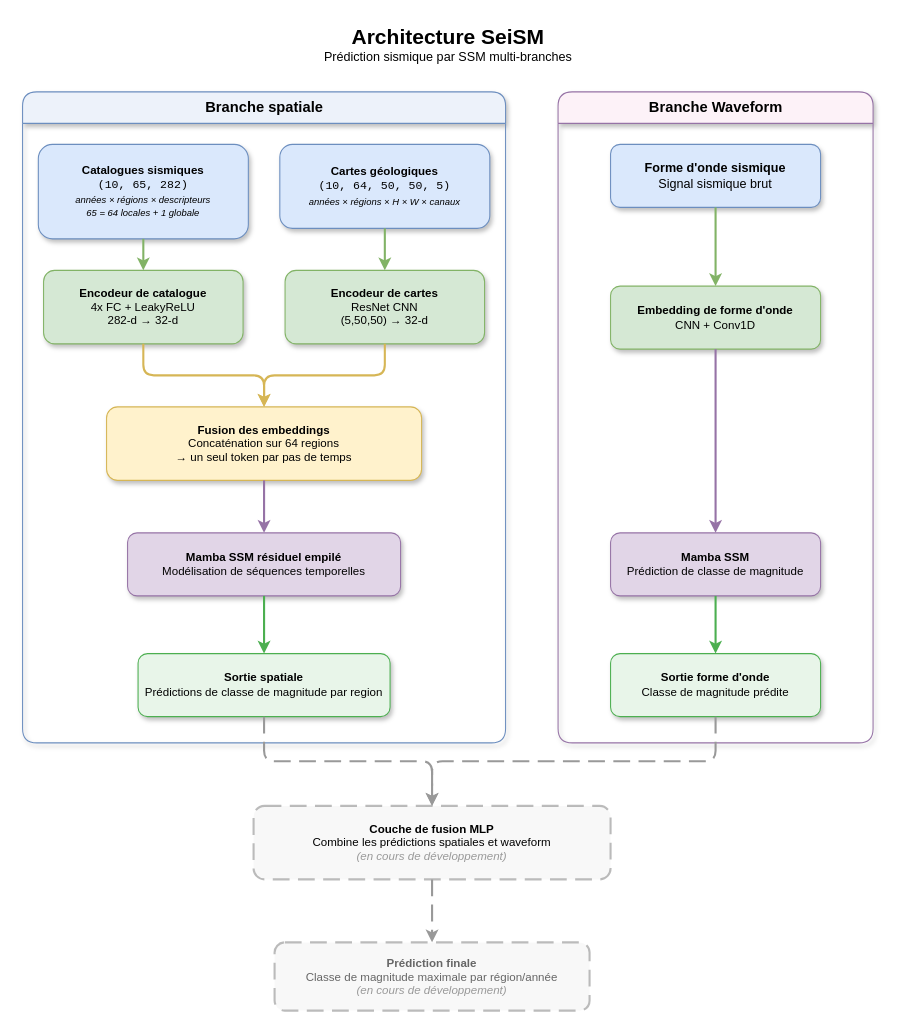
youssefbriki1/SeiSM keeps this draw.io diagram as seism_architecture.drawio. Above is the earlier version. Source tidied: cells renumbered, new cells numbered last; positions are measured from the earlier drawing's top-left corner, leaving out a move shared by most shapes. Both pictures are drawn from the tidied source at 105%, with x=0, y=0 at pixel (22, 18).
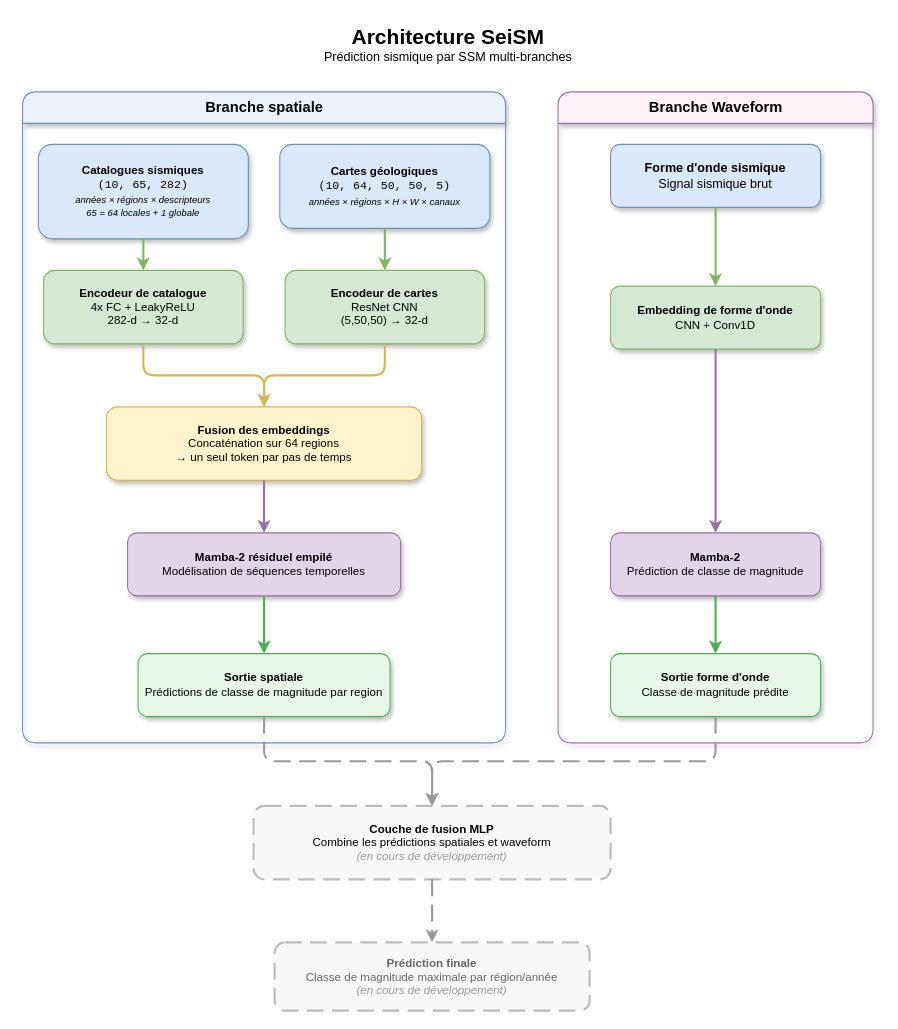
The same diagram, later.

The change refers to these unchanged cells:
```xml
<mxCell id="3" value="&lt;b&gt;Branche spatiale&lt;/b&gt;" style="swimlane;startSize=30;fillColor=#EDF2FA;strokeColor=#6c8ebf;html=1;fontSize=14;fontStyle=1;rounded=1;shadow=1;" parent="1" vertex="1">
  <mxGeometry y="70" width="460" height="620" as="geometry" />
</mxCell>
<mxCell id="17" value="&lt;b&gt;Branche Waveform&lt;/b&gt;" style="swimlane;startSize=30;fillColor=#FDF2F8;strokeColor=#9673a6;html=1;fontSize=14;fontStyle=1;rounded=1;shadow=1;" parent="1" vertex="1">
  <mxGeometry x="510" y="70" width="300" height="620" as="geometry" />
</mxCell>
```

The edit, as a diff of the source:
```diff
@@
-    <mxCell id="9" value="&lt;b&gt;Mamba SSM résiduel empilé&lt;/b&gt;&lt;br&gt;Modélisation de séquences temporelles" style="rounded=1;whiteSpace=wrap;html=1;fillColor=#e1d5e7;strokeColor=#9673a6;fontSize=11;shadow=1;" parent="3" vertex="1">
+    <mxCell id="9" value="&lt;b&gt;Mamba-2 résiduel empilé&lt;/b&gt;&lt;br&gt;Modélisation de séquences temporelles" style="rounded=1;whiteSpace=wrap;html=1;fillColor=#e1d5e7;strokeColor=#9673a6;fontSize=11;shadow=1;" parent="3" vertex="1">
       <mxGeometry x="100" y="420" width="260" height="60" as="geometry" />
     </mxCell>
@@
-    <mxCell id="20" value="&lt;b&gt;Mamba SSM&lt;/b&gt;&lt;br&gt;Prédiction de classe de magnitude" style="rounded=1;whiteSpace=wrap;html=1;fillColor=#e1d5e7;strokeColor=#9673a6;fontSize=11;shadow=1;" parent="17" vertex="1">
+    <mxCell id="20" value="&lt;b&gt;Mamba-2 &lt;/b&gt;&lt;br&gt;Prédiction de classe de magnitude" style="rounded=1;whiteSpace=wrap;html=1;fillColor=#e1d5e7;strokeColor=#9673a6;fontSize=11;shadow=1;" parent="17" vertex="1">
       <mxGeometry x="50" y="420" width="200" height="60" as="geometry" />
     </mxCell>
```
